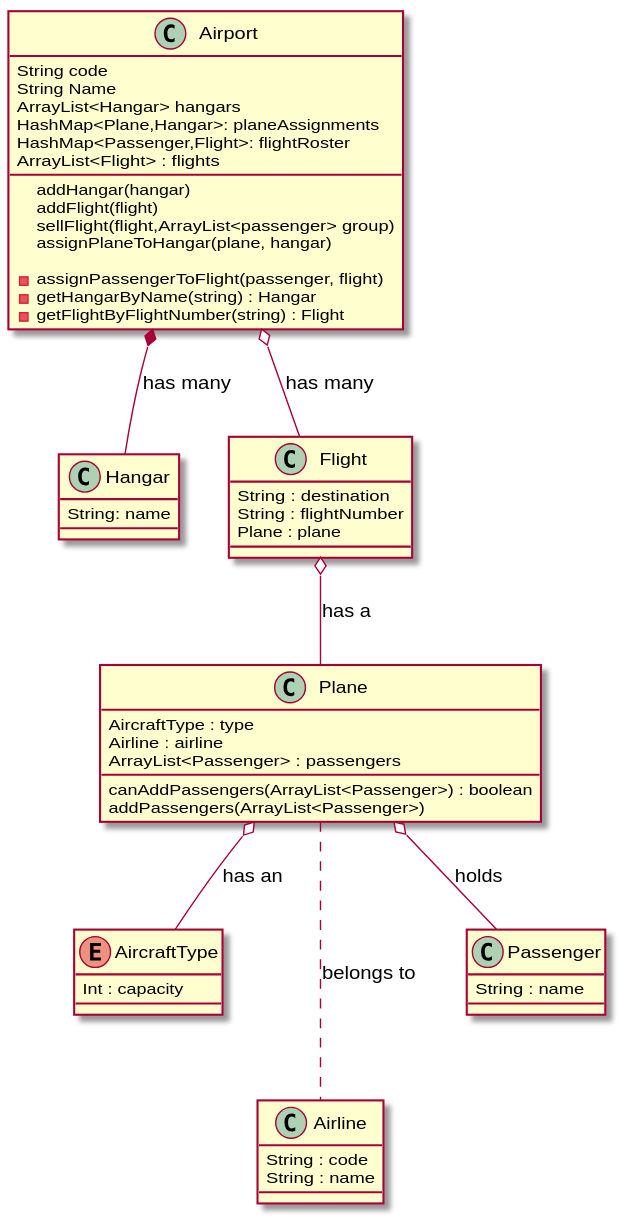
The PlantUML diagram design/diagram.svg in stevefaeembra/week-11-hw, before a commit.
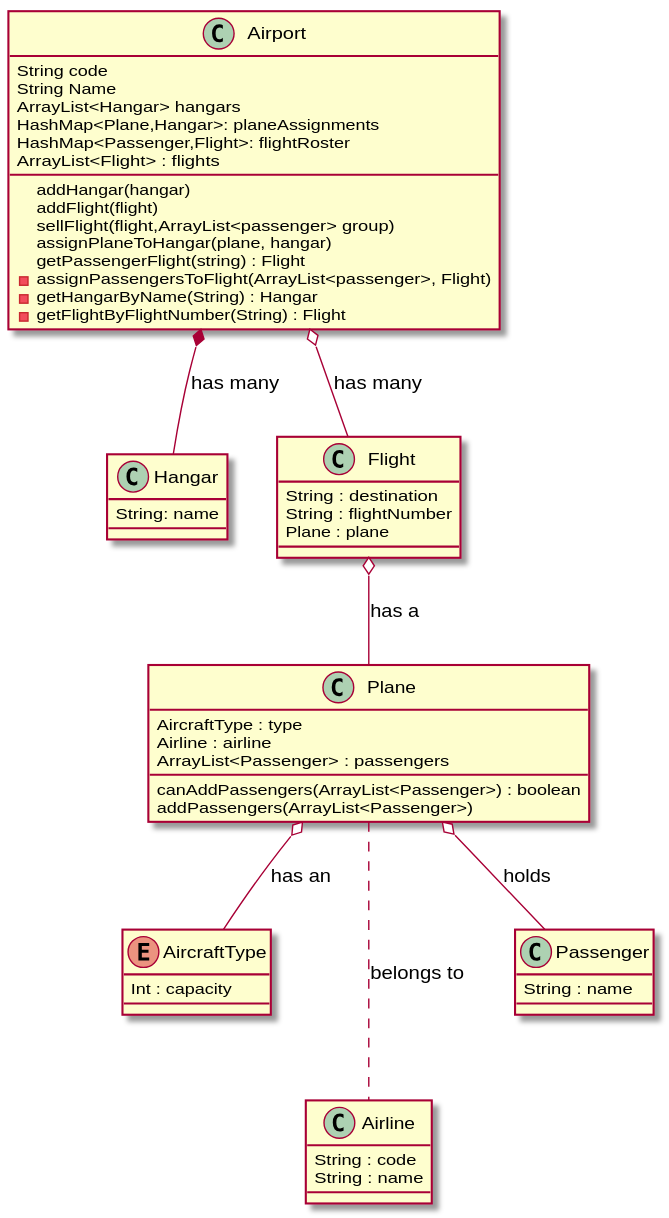
After the change.

What changed in the source:
```diff
@@ -11,10 +11,10 @@
   addFlight(flight)
   sellFlight(flight,ArrayList<passenger> group)
   assignPlaneToHangar(plane, hangar)
-
-  - assignPassengerToFlight(passenger, flight)
-  - getHangarByName(string) : Hangar
-  - getFlightByFlightNumber(string) : Flight
+  getPassengerFlight(string) : Flight
+  - assignPassengersToFlight(ArrayList<passenger>, Flight)
+  - getHangarByName(String) : Hangar
+  - getFlightByFlightNumber(String) : Flight
 
 }
 
```
